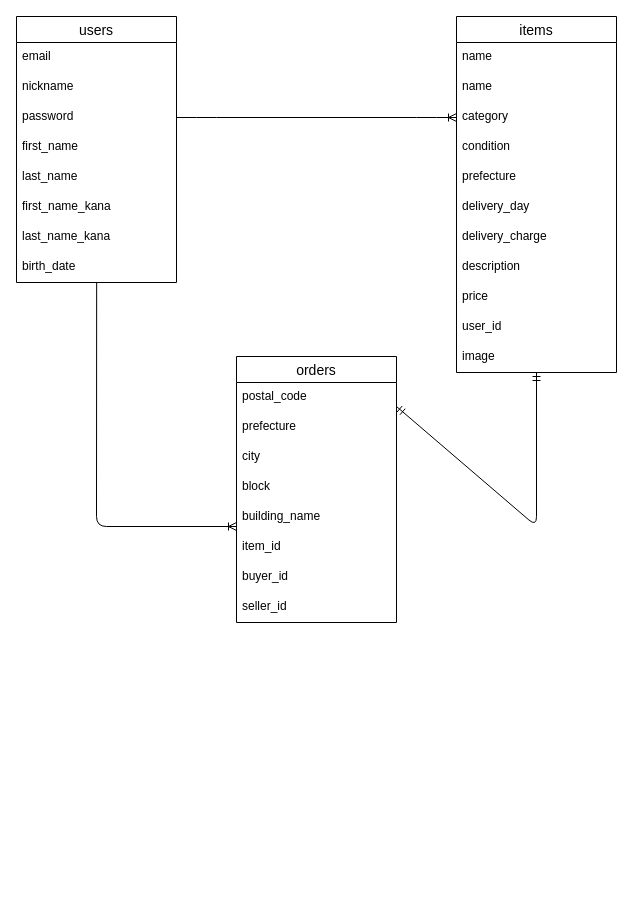
This is furima.dio from mgmkei/furima-40766, a draw.io file, before an edit. Source tidied: cells renumbered, new cells numbered last; positions are measured from the earlier drawing's top-left corner, leaving out a move shared by most shapes. Both pictures are drawn from the tidied source at 100%, with x=0, y=0 at pixel (16, 16).
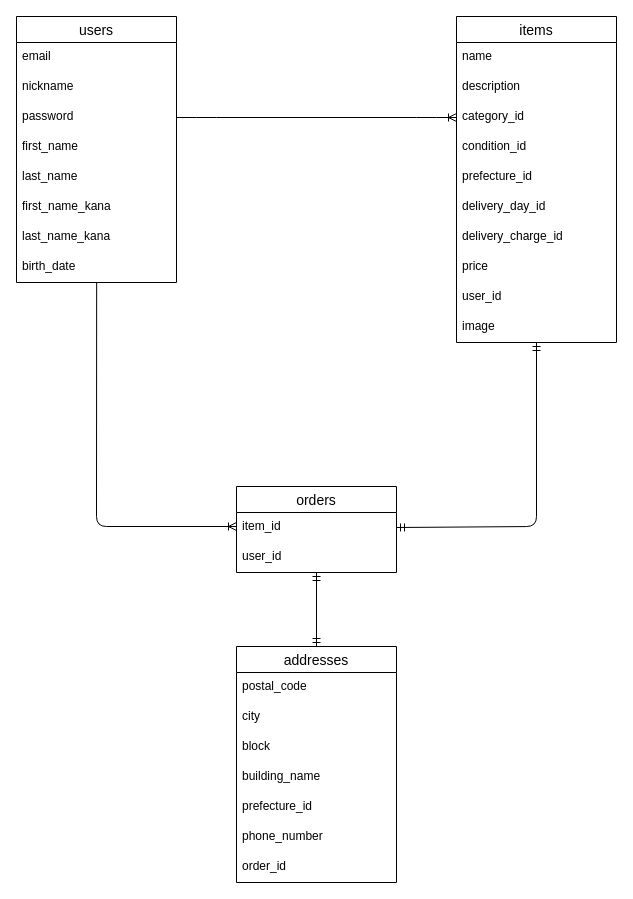
Above is the later version.

Commit message (it also covers changes not shown here):
テーブルと型の修正

The change refers to these unchanged cells:
```xml
<mxCell id="5" value="password" style="text;strokeColor=none;fillColor=none;spacingLeft=4;spacingRight=4;overflow=hidden;points=[[0,0.5],[1,0.5]];portConstraint=eastwest;fontSize=12;" parent="2" vertex="1">
  <mxGeometry y="86" width="160" height="30" as="geometry" />
</mxCell>
<mxCell id="10" value="birth_date" style="text;strokeColor=none;fillColor=none;spacingLeft=4;spacingRight=4;overflow=hidden;points=[[0,0.5],[1,0.5]];portConstraint=eastwest;fontSize=12;" parent="2" vertex="1">
  <mxGeometry y="236" width="160" height="30" as="geometry" />
</mxCell>
```

Change to the diagram source:
```diff
@@
     <mxCell id="11" value="items" style="swimlane;fontStyle=0;horizontal=1;startSize=26;align=center;fontSize=14;" parent="1" vertex="1">
-      <mxGeometry x="440" width="160" height="356" as="geometry" />
+      <mxGeometry x="440" width="160" height="326" as="geometry" />
     </mxCell>
-    <mxCell id="12" value="name" style="text;strokeColor=none;fillColor=none;spacingLeft=4;spacingRight=4;overflow=hidden;fontSize=12;" parent="11" vertex="1">
-      <mxGeometry y="26" width="160" height="30" as="geometry" />
-    </mxCell>
     <mxCell id="13" value="name" style="text;strokeColor=none;fillColor=none;spacingLeft=4;spacingRight=4;overflow=hidden;fontSize=12;" parent="11" vertex="1">
-      <mxGeometry y="56" width="160" height="30" as="geometry" />
+      <mxGeometry y="26" width="160" height="30" as="geometry" />
     </mxCell>
-    <mxCell id="14" value="category" style="text;strokeColor=none;fillColor=none;spacingLeft=4;spacingRight=4;overflow=hidden;points=[[0,0.5],[1,0.5]];portConstraint=eastwest;fontSize=12;" parent="11" vertex="1">
-      <mxGeometry y="86" width="160" height="30" as="geometry" />
+    <mxCell id="14" value="description" style="text;strokeColor=none;fillColor=none;spacingLeft=4;spacingRight=4;overflow=hidden;points=[[0,0.5],[1,0.5]];portConstraint=eastwest;fontSize=12;" parent="11" vertex="1">
+      <mxGeometry y="56" width="160" height="30" as="geometry" />
     </mxCell>
-    <mxCell id="15" value="condition" style="text;strokeColor=none;fillColor=none;spacingLeft=4;spacingRight=4;overflow=hidden;points=[[0,0.5],[1,0.5]];portConstraint=eastwest;fontSize=12;" parent="11" vertex="1">
-      <mxGeometry y="116" width="160" height="30" as="geometry" />
+    <mxCell id="15" value="category_id" style="text;strokeColor=none;fillColor=none;spacingLeft=4;spacingRight=4;overflow=hidden;points=[[0,0.5],[1,0.5]];portConstraint=eastwest;fontSize=12;" parent="11" vertex="1">
+      <mxGeometry y="86" width="160" height="30" as="geometry" />
     </mxCell>
-    <mxCell id="16" value="prefecture" style="text;strokeColor=none;fillColor=none;spacingLeft=4;spacingRight=4;overflow=hidden;fontSize=12;" parent="11" vertex="1">
-      <mxGeometry y="146" width="160" height="30" as="geometry" />
+    <mxCell id="16" value="condition_id" style="text;strokeColor=none;fillColor=none;spacingLeft=4;spacingRight=4;overflow=hidden;fontSize=12;" parent="11" vertex="1">
+      <mxGeometry y="116" width="160" height="30" as="geometry" />
     </mxCell>
-    <mxCell id="17" value="delivery_day" style="text;strokeColor=none;fillColor=none;spacingLeft=4;spacingRight=4;overflow=hidden;fontSize=12;" parent="11" vertex="1">
-      <mxGeometry y="176" width="160" height="30" as="geometry" />
+    <mxCell id="17" value="prefecture_id" style="text;strokeColor=none;fillColor=none;spacingLeft=4;spacingRight=4;overflow=hidden;fontSize=12;" parent="11" vertex="1">
+      <mxGeometry y="146" width="160" height="30" as="geometry" />
     </mxCell>
-    <mxCell id="18" value="delivery_charge" style="text;strokeColor=none;fillColor=none;spacingLeft=4;spacingRight=4;overflow=hidden;fontSize=12;" parent="11" vertex="1">
-      <mxGeometry y="206" width="160" height="30" as="geometry" />
+    <mxCell id="18" value="delivery_day_id" style="text;strokeColor=none;fillColor=none;spacingLeft=4;spacingRight=4;overflow=hidden;fontSize=12;" parent="11" vertex="1">
+      <mxGeometry y="176" width="160" height="30" as="geometry" />
     </mxCell>
-    <mxCell id="19" value="description" style="text;strokeColor=none;fillColor=none;spacingLeft=4;spacingRight=4;overflow=hidden;fontSize=12;" parent="11" vertex="1">
-      <mxGeometry y="236" width="160" height="30" as="geometry" />
+    <mxCell id="19" value="delivery_charge_id" style="text;strokeColor=none;fillColor=none;spacingLeft=4;spacingRight=4;overflow=hidden;fontSize=12;" parent="11" vertex="1">
+      <mxGeometry y="206" width="160" height="30" as="geometry" />
     </mxCell>
     <mxCell id="20" value="price" style="text;strokeColor=none;fillColor=none;spacingLeft=4;spacingRight=4;overflow=hidden;fontSize=12;" parent="11" vertex="1">
-      <mxGeometry y="266" width="160" height="30" as="geometry" />
+      <mxGeometry y="236" width="160" height="30" as="geometry" />
     </mxCell>
     <mxCell id="21" value="user_id" style="text;strokeColor=none;fillColor=none;spacingLeft=4;spacingRight=4;overflow=hidden;fontSize=12;" parent="11" vertex="1">
-      <mxGeometry y="296" width="160" height="30" as="geometry" />
+      <mxGeometry y="266" width="160" height="30" as="geometry" />
     </mxCell>
     <mxCell id="22" value="image" style="text;strokeColor=none;fillColor=none;spacingLeft=4;spacingRight=4;overflow=hidden;fontSize=12;" parent="11" vertex="1">
-      <mxGeometry y="326" width="160" height="30" as="geometry" />
+      <mxGeometry y="296" width="160" height="30" as="geometry" />
     </mxCell>
-    <mxCell id="23" style="edgeStyle=entityRelationEdgeStyle;fontSize=12;html=1;endArrow=ERoneToMany;exitX=1;exitY=0.5;exitDx=0;exitDy=0;entryX=0;entryY=0.5;entryDx=0;entryDy=0;" parent="1" edge="1" source="5" target="14">
+    <mxCell id="23" style="edgeStyle=entityRelationEdgeStyle;fontSize=12;html=1;endArrow=ERoneToMany;exitX=1;exitY=0.5;exitDx=0;exitDy=0;entryX=0;entryY=0.5;entryDx=0;entryDy=0;" parent="1" edge="1" source="5" target="15">
       <mxGeometry relative="1" as="geometry" />
     </mxCell>
     <mxCell id="24" value="orders" style="swimlane;fontStyle=0;horizontal=1;startSize=26;align=center;fontSize=14;" parent="1" vertex="1">
-      <mxGeometry x="220" y="340" width="160" height="266" as="geometry" />
+      <mxGeometry x="220" y="470" width="160" height="86" as="geometry" />
     </mxCell>
+    <mxCell id="30" value="item_id" style="text;strokeColor=none;fillColor=none;spacingLeft=4;spacingRight=4;overflow=hidden;points=[[0,0.5],[1,0.5]];portConstraint=eastwest;fontSize=12;" parent="24" vertex="1">
+      <mxGeometry y="26" width="160" height="30" as="geometry" />
+    </mxCell>
+    <mxCell id="31" value="user_id" style="text;strokeColor=none;fillColor=none;spacingLeft=4;spacingRight=4;overflow=hidden;points=[[0,0.5],[1,0.5]];portConstraint=eastwest;fontSize=12;" parent="24" vertex="1">
+      <mxGeometry y="56" width="160" height="30" as="geometry" />
+    </mxCell>
+    <mxCell id="33" style="fontSize=12;html=1;endArrow=ERoneToMany;strokeColor=default;exitX=0.501;exitY=0.989;exitDx=0;exitDy=0;exitPerimeter=0;" parent="1" edge="1" source="10">
+      <mxGeometry relative="1" as="geometry">
+        <mxPoint x="220" y="510" as="targetPoint" />
+        <Array as="points">
+          <mxPoint x="80" y="510" />
+        </Array>
+      </mxGeometry>
+    </mxCell>
+    <mxCell id="34" style="fontSize=12;html=1;endArrow=ERmandOne;startArrow=ERmandOne;exitX=1;exitY=0.5;exitDx=0;exitDy=0;entryX=0.5;entryY=1;entryDx=0;entryDy=0;" parent="1" edge="1" source="30" target="11">
+      <mxGeometry relative="1" as="geometry">
+        <Array as="points">
+          <mxPoint x="520" y="510" />
+        </Array>
+      </mxGeometry>
+    </mxCell>
+    <mxCell id="35" value="addresses" style="swimlane;fontStyle=0;horizontal=1;startSize=26;align=center;fontSize=14;" parent="1" vertex="1">
+      <mxGeometry x="220" y="630" width="160" height="236" as="geometry" />
+    </mxCell>
-    <mxCell id="25" value="postal_code" style="text;strokeColor=none;fillColor=none;spacingLeft=4;spacingRight=4;overflow=hidden;points=[[0,0.5],[1,0.5]];portConstraint=eastwest;fontSize=12;" parent="24" vertex="1">
+    <mxCell id="25" value="postal_code" style="text;strokeColor=none;fillColor=none;spacingLeft=4;spacingRight=4;overflow=hidden;points=[[0,0.5],[1,0.5]];portConstraint=eastwest;fontSize=12;" parent="35" vertex="1">
       <mxGeometry y="26" width="160" height="30" as="geometry" />
     </mxCell>
-    <mxCell id="26" value="prefecture" style="text;strokeColor=none;fillColor=none;spacingLeft=4;spacingRight=4;overflow=hidden;fontSize=12;" parent="24" vertex="1">
-      <mxGeometry y="56" width="160" height="30" as="geometry" />
-    </mxCell>
-    <mxCell id="27" value="city" style="text;strokeColor=none;fillColor=none;spacingLeft=4;spacingRight=4;overflow=hidden;fontSize=12;" parent="24" vertex="1">
-      <mxGeometry y="86" width="160" height="30" as="geometry" />
+    <mxCell id="27" value="city" style="text;strokeColor=none;fillColor=none;spacingLeft=4;spacingRight=4;overflow=hidden;fontSize=12;" parent="35" vertex="1">
+      <mxGeometry y="56" width="160" height="30" as="geometry" />
     </mxCell>
-    <mxCell id="28" value="block" style="text;strokeColor=none;fillColor=none;spacingLeft=4;spacingRight=4;overflow=hidden;fontSize=12;" parent="24" vertex="1">
-      <mxGeometry y="116" width="160" height="30" as="geometry" />
+    <mxCell id="28" value="block" style="text;strokeColor=none;fillColor=none;spacingLeft=4;spacingRight=4;overflow=hidden;fontSize=12;" parent="35" vertex="1">
+      <mxGeometry y="86" width="160" height="30" as="geometry" />
     </mxCell>
-    <mxCell id="29" value="building_name" style="text;strokeColor=none;fillColor=none;spacingLeft=4;spacingRight=4;overflow=hidden;fontSize=12;" parent="24" vertex="1">
-      <mxGeometry y="146" width="160" height="30" as="geometry" />
+    <mxCell id="29" value="building_name" style="text;strokeColor=none;fillColor=none;spacingLeft=4;spacingRight=4;overflow=hidden;fontSize=12;" parent="35" vertex="1">
+      <mxGeometry y="116" width="160" height="30" as="geometry" />
     </mxCell>
-    <mxCell id="30" value="item_id" style="text;strokeColor=none;fillColor=none;spacingLeft=4;spacingRight=4;overflow=hidden;points=[[0,0.5],[1,0.5]];portConstraint=eastwest;fontSize=12;" parent="24" vertex="1">
-      <mxGeometry y="176" width="160" height="30" as="geometry" />
-    </mxCell>
-    <mxCell id="31" value="buyer_id" style="text;strokeColor=none;fillColor=none;spacingLeft=4;spacingRight=4;overflow=hidden;points=[[0,0.5],[1,0.5]];portConstraint=eastwest;fontSize=12;" parent="24" vertex="1">
-      <mxGeometry y="206" width="160" height="30" as="geometry" />
-    </mxCell>
-    <mxCell id="32" value="seller_id" style="text;strokeColor=none;fillColor=none;spacingLeft=4;spacingRight=4;overflow=hidden;fontSize=12;" parent="24" vertex="1">
-      <mxGeometry y="236" width="160" height="30" as="geometry" />
-    </mxCell>
-    <mxCell id="33" style="fontSize=12;html=1;endArrow=ERoneToMany;strokeColor=default;exitX=0.501;exitY=0.989;exitDx=0;exitDy=0;exitPerimeter=0;" parent="1" edge="1" source="10">
-      <mxGeometry relative="1" as="geometry">
-        <mxPoint x="220" y="510" as="targetPoint" />
-        <Array as="points">
-          <mxPoint x="80" y="510" />
-        </Array>
-      </mxGeometry>
-    </mxCell>
-    <mxCell id="34" style="fontSize=12;html=1;endArrow=ERmandOne;startArrow=ERmandOne;exitX=1;exitY=0.8;exitDx=0;exitDy=0;exitPerimeter=0;entryX=0.5;entryY=1;entryDx=0;entryDy=0;" parent="1" edge="1" source="25" target="11">
-      <mxGeometry relative="1" as="geometry">
-        <Array as="points">
-          <mxPoint x="520" y="510" />
-        </Array>
-      </mxGeometry>
-    </mxCell>
+    <mxCell id="36" value="prefecture_id" style="text;strokeColor=none;fillColor=none;spacingLeft=4;spacingRight=4;overflow=hidden;fontSize=12;" parent="35" vertex="1">
+      <mxGeometry y="146" width="160" height="30" as="geometry" />
+    </mxCell>
+    <mxCell id="37" value="phone_number" style="text;strokeColor=none;fillColor=none;spacingLeft=4;spacingRight=4;overflow=hidden;fontSize=12;" parent="35" vertex="1">
+      <mxGeometry y="176" width="160" height="30" as="geometry" />
+    </mxCell>
+    <mxCell id="38" value="order_id" style="text;strokeColor=none;fillColor=none;spacingLeft=4;spacingRight=4;overflow=hidden;fontSize=12;" parent="35" vertex="1">
+      <mxGeometry y="206" width="160" height="30" as="geometry" />
+    </mxCell>
+    <mxCell id="39" style="fontSize=12;html=1;endArrow=ERmandOne;startArrow=ERmandOne;exitX=0.5;exitY=0;exitDx=0;exitDy=0;" parent="1" edge="1" source="35" target="31">
+      <mxGeometry relative="1" as="geometry" />
+    </mxCell>
```
